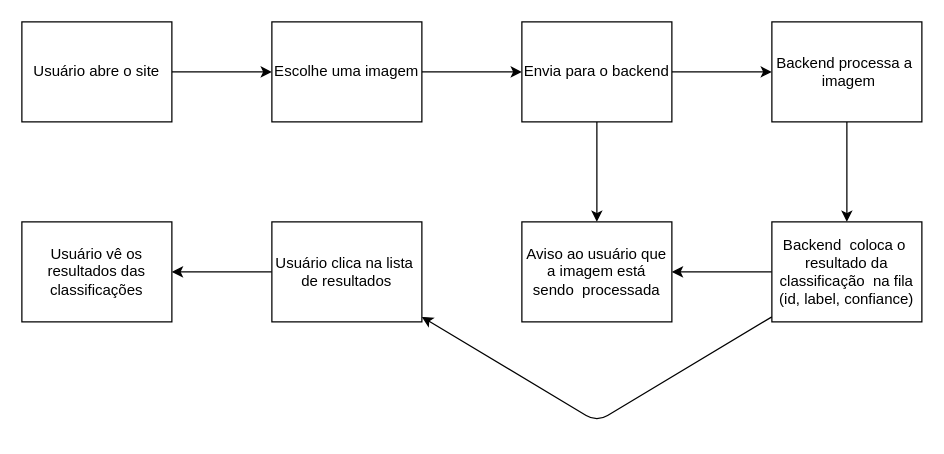
mauriciobenjamin700/faststream-learning keeps this draw.io diagram as docs/flow.drawio. Above is the earlier version. Source tidied: cells renumbered, new cells numbered last; positions are measured from the earlier drawing's top-left corner, leaving out a move shared by most shapes. Both pictures are drawn from the tidied source at 125%, with x=0, y=0 at pixel (21, 21).
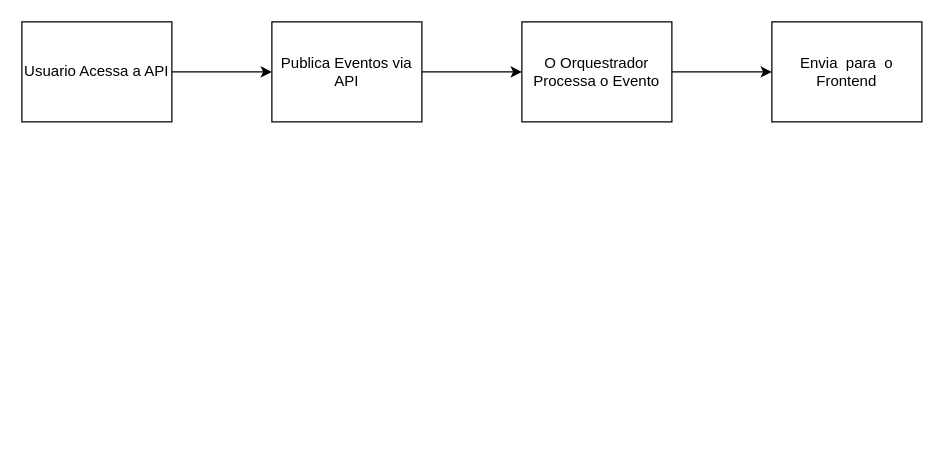
The same diagram, later.

Diff of the diagram source:
```diff
@@
 <mxGraphModel>
   <root>
     <mxCell id="0" />
     <mxCell id="1" parent="0" />
     <mxCell id="2" style="edgeStyle=none;html=1;" parent="1" edge="1" source="3" target="5">
       <mxGeometry relative="1" as="geometry" />
     </mxCell>
-    <mxCell id="3" value="Usuário abre o site" style="html=1;whiteSpace=wrap;" parent="1" vertex="1">
+    <mxCell id="3" value="Usuario Acessa a API" style="html=1;whiteSpace=wrap;" parent="1" vertex="1">
       <mxGeometry width="120" height="80" as="geometry" />
     </mxCell>
     <mxCell id="4" style="edgeStyle=none;html=1;" parent="1" edge="1" source="5" target="8">
       <mxGeometry relative="1" as="geometry" />
     </mxCell>
-    <mxCell id="5" value="Escolhe uma imagem" style="html=1;whiteSpace=wrap;" parent="1" vertex="1">
+    <mxCell id="5" value="Publica Eventos via API" style="html=1;whiteSpace=wrap;" parent="1" vertex="1">
       <mxGeometry x="200" width="120" height="80" as="geometry" />
     </mxCell>
     <mxCell id="6" style="edgeStyle=none;html=1;entryX=0;entryY=0.5;entryDx=0;entryDy=0;" parent="1" edge="1" source="8" target="10">
       <mxGeometry relative="1" as="geometry" />
     </mxCell>
-    <mxCell id="7" style="edgeStyle=none;html=1;" parent="1" edge="1" source="8" target="14">
-      <mxGeometry relative="1" as="geometry" />
-    </mxCell>
-    <mxCell id="8" value="Envia para o backend" style="html=1;whiteSpace=wrap;" parent="1" vertex="1">
+    <mxCell id="8" value="O Orquestrador Processa o Evento" style="html=1;whiteSpace=wrap;" parent="1" vertex="1">
       <mxGeometry x="400" width="120" height="80" as="geometry" />
     </mxCell>
-    <mxCell id="9" style="edgeStyle=none;html=1;" parent="1" edge="1" source="10" target="13">
-      <mxGeometry relative="1" as="geometry" />
-    </mxCell>
-    <mxCell id="10" value="Backend processa a&amp;nbsp; &amp;nbsp;imagem" style="html=1;whiteSpace=wrap;" parent="1" vertex="1">
+    <mxCell id="10" value="Envia&amp;nbsp; para&amp;nbsp; o Frontend" style="html=1;whiteSpace=wrap;" parent="1" vertex="1">
       <mxGeometry x="600" width="120" height="80" as="geometry" />
     </mxCell>
-    <mxCell id="11" style="edgeStyle=none;html=1;" parent="1" edge="1" source="13" target="14">
-      <mxGeometry relative="1" as="geometry" />
-    </mxCell>
-    <mxCell id="12" style="edgeStyle=none;html=1;" parent="1" edge="1" source="13" target="16">
-      <mxGeometry relative="1" as="geometry">
-        <Array as="points">
-          <mxPoint x="460" y="320" />
-        </Array>
-      </mxGeometry>
-    </mxCell>
-    <mxCell id="13" value="Backend&amp;nbsp; coloca o&amp;nbsp; resultado da classificação&amp;nbsp; na fila&lt;div&gt;(id, label, confiance)&lt;/div&gt;" style="html=1;whiteSpace=wrap;" parent="1" vertex="1">
-      <mxGeometry x="600" y="160" width="120" height="80" as="geometry" />
-    </mxCell>
-    <mxCell id="14" value="Aviso ao usuário que a imagem está sendo&amp;nbsp; processada" style="html=1;whiteSpace=wrap;" parent="1" vertex="1">
-      <mxGeometry x="400" y="160" width="120" height="80" as="geometry" />
-    </mxCell>
-    <mxCell id="15" style="edgeStyle=none;html=1;" parent="1" edge="1" source="16" target="17">
-      <mxGeometry relative="1" as="geometry" />
-    </mxCell>
-    <mxCell id="16" value="Usuário clica na lista&amp;nbsp; de resultados" style="html=1;whiteSpace=wrap;" parent="1" vertex="1">
-      <mxGeometry x="200" y="160" width="120" height="80" as="geometry" />
-    </mxCell>
-    <mxCell id="17" value="Usuário vê os resultados das classificações" style="html=1;whiteSpace=wrap;" parent="1" vertex="1">
-      <mxGeometry y="160" width="120" height="80" as="geometry" />
-    </mxCell>
   </root>
 </mxGraphModel>
```
